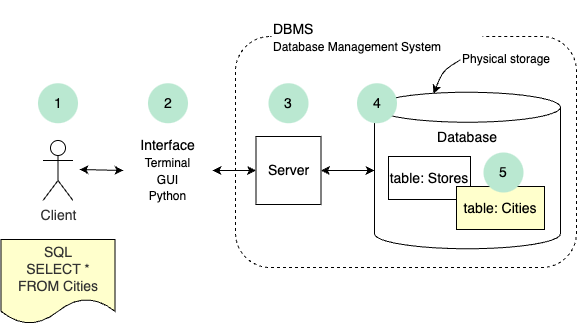
Above: co1/sql-server-client.drawio.png in pyville-dotcom/datasets (draw.io), before the change. Source tidied: cells renumbered, new cells last; positions are measured from the earlier drawing's top-left corner, leaving out a move shared by most shapes.
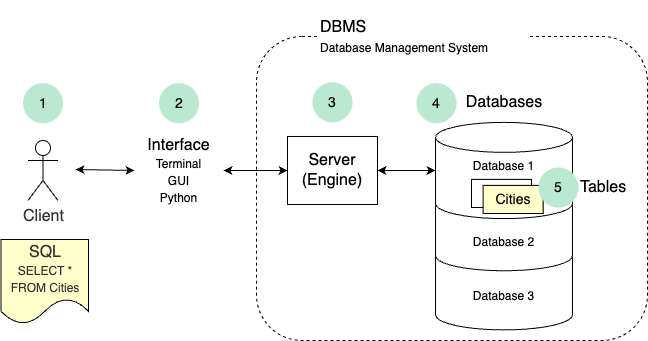
After the commit.

Change to the diagram source:
```diff
@@ -3,13 +3,22 @@
     <mxCell id="0" />
     <mxCell id="1" parent="0" />
     <mxCell id="2" style="rounded=1;whiteSpace=wrap;html=1;fillColor=none;dashed=1;fontStyle=0;fontSize=14;" parent="1" vertex="1">
-      <mxGeometry x="234" y="36" width="341" height="231" as="geometry" />
+      <mxGeometry x="208" y="36" width="391" height="304" as="geometry" />
     </mxCell>
+    <mxCell id="21" value="Database 3" style="shape=cylinder3;whiteSpace=wrap;html=1;boundedLbl=1;backgroundOutline=1;size=15;verticalAlign=middle;fontStyle=0;fontSize=12;" parent="1" vertex="1">
+      <mxGeometry x="387" y="237" width="137" height="92.4" as="geometry" />
+    </mxCell>
+    <mxCell id="22" value="Database 2" style="shape=cylinder3;whiteSpace=wrap;html=1;boundedLbl=1;backgroundOutline=1;size=15;verticalAlign=middle;fontStyle=0;fontSize=12;align=center;" parent="1" vertex="1">
+      <mxGeometry x="387" y="188" width="137" height="82.3" as="geometry" />
+    </mxCell>
+    <mxCell id="10" value="Database 1" style="shape=cylinder3;whiteSpace=wrap;html=1;boundedLbl=1;backgroundOutline=1;size=15;verticalAlign=top;fontStyle=0;fontSize=12;align=center;" parent="1" vertex="1">
+      <mxGeometry x="387" y="121.9" width="137" height="96.3" as="geometry" />
+    </mxCell>
-    <mxCell id="3" value="&lt;span style=&quot;font-size: 14px;&quot;&gt;DBMS&lt;/span&gt;&lt;br style=&quot;font-size: 14px;&quot;&gt;&lt;font style=&quot;font-size: 12px;&quot;&gt;Database Management System&lt;/font&gt;" style="text;html=1;strokeColor=none;fillColor=default;align=left;verticalAlign=middle;whiteSpace=wrap;rounded=0;dashed=1;fontSize=14;fontStyle=0;" parent="1" vertex="1">
+    <mxCell id="3" value="&lt;span style=&quot;font-size: 16px;&quot;&gt;DBMS&lt;/span&gt;&lt;br style=&quot;font-size: 16px;&quot;&gt;&lt;font style=&quot;font-size: 12px;&quot;&gt;Database Management System&lt;/font&gt;" style="text;html=1;strokeColor=none;fillColor=default;align=left;verticalAlign=middle;whiteSpace=wrap;rounded=0;dashed=1;fontSize=16;fontStyle=0;" parent="1" vertex="1">
       <mxGeometry x="270" width="211" height="74" as="geometry" />
     </mxCell>
-    <mxCell id="4" value="Physical storage" style="text;html=1;strokeColor=none;fillColor=none;align=left;verticalAlign=middle;whiteSpace=wrap;rounded=0;dashed=1;fontSize=12;fontStyle=0;" parent="1" vertex="1">
-      <mxGeometry x="459" y="40.7" width="119" height="37" as="geometry" />
+    <mxCell id="4" value="&lt;font style=&quot;font-size: 16px;&quot;&gt;Databases&lt;/font&gt;" style="text;html=1;strokeColor=none;fillColor=none;align=center;verticalAlign=middle;whiteSpace=wrap;rounded=0;dashed=1;fontSize=16;fontStyle=0;" parent="1" vertex="1">
+      <mxGeometry x="396.5" y="77.2" width="118" height="49.2" as="geometry" />
     </mxCell>
     <mxCell id="5" style="edgeStyle=none;html=1;startArrow=classic;startFill=1;fontSize=14;entryX=1;entryY=0.5;entryDx=0;entryDy=0;fontStyle=0;" parent="1" edge="1" source="7" target="9">
       <mxGeometry relative="1" as="geometry" />
@@ -17,54 +26,46 @@
     <mxCell id="6" style="edgeStyle=none;html=1;entryX=0;entryY=0.5;entryDx=0;entryDy=0;entryPerimeter=0;startArrow=classic;startFill=1;fontSize=14;fontStyle=0;" parent="1" edge="1" source="7" target="10">
       <mxGeometry relative="1" as="geometry" />
     </mxCell>
-    <mxCell id="7" value="Server" style="rounded=0;whiteSpace=wrap;html=1;fillColor=none;fontStyle=0;fontSize=14;" parent="1" vertex="1">
-      <mxGeometry x="254.5" y="136" width="65" height="68" as="geometry" />
+    <mxCell id="7" value="Server&lt;br style=&quot;font-size: 16px;&quot;&gt;(Engine)" style="rounded=0;whiteSpace=wrap;html=1;fillColor=none;fontStyle=0;fontSize=16;" parent="1" vertex="1">
+      <mxGeometry x="239" y="136" width="90" height="68" as="geometry" />
     </mxCell>
     <mxCell id="8" style="edgeStyle=none;html=1;startArrow=classic;startFill=1;fontSize=14;exitX=0;exitY=0.5;exitDx=0;exitDy=0;fontStyle=0;" parent="1" edge="1" source="9">
       <mxGeometry relative="1" as="geometry">
-        <mxPoint x="78" y="169" as="targetPoint" />
+        <mxPoint x="27" y="169" as="targetPoint" />
       </mxGeometry>
     </mxCell>
-    <mxCell id="9" value="&lt;span style=&quot;font-size: 14px;&quot;&gt;Interface&lt;/span&gt;&lt;br style=&quot;font-size: 14px;&quot;&gt;&lt;font style=&quot;font-size: 12px;&quot;&gt;Terminal&lt;br style=&quot;&quot;&gt;GUI&lt;br style=&quot;&quot;&gt;Python&lt;/font&gt;" style="text;html=1;strokeColor=none;fillColor=none;align=center;verticalAlign=middle;whiteSpace=wrap;rounded=0;fontSize=14;fontStyle=0;" parent="1" vertex="1">
-      <mxGeometry x="122" y="102.5" width="89" height="135" as="geometry" />
+    <mxCell id="9" value="&lt;font style=&quot;font-size: 16px;&quot;&gt;Interface&lt;br style=&quot;&quot;&gt;&lt;/font&gt;&lt;font style=&quot;font-size: 12px;&quot;&gt;Terminal&lt;br style=&quot;&quot;&gt;GUI&lt;br style=&quot;&quot;&gt;Python&lt;/font&gt;" style="text;html=1;strokeColor=none;fillColor=none;align=center;verticalAlign=middle;whiteSpace=wrap;rounded=0;fontSize=14;fontStyle=0;" parent="1" vertex="1">
+      <mxGeometry x="86" y="102.5" width="89" height="135" as="geometry" />
     </mxCell>
-    <mxCell id="10" value="&lt;span style=&quot;font-size: 14px;&quot;&gt;&lt;span style=&quot;font-size: 14px;&quot;&gt;Database&lt;/span&gt;&lt;/span&gt;" style="shape=cylinder3;whiteSpace=wrap;html=1;boundedLbl=1;backgroundOutline=1;size=15;verticalAlign=top;fontStyle=0;fontSize=14;" parent="1" vertex="1">
-      <mxGeometry x="373" y="91.7" width="186" height="156.5" as="geometry" />
-    </mxCell>
-    <mxCell id="11" style="endArrow=classic;html=1;exitX=0;exitY=0.5;exitDx=0;exitDy=0;entryX=0.25;entryY=0;entryDx=0;entryDy=0;fontSize=14;fontStyle=0;" parent="1" edge="1" source="4">
-      <mxGeometry relative="1" as="geometry">
-        <mxPoint x="432" y="93.1" as="targetPoint" />
-        <Array as="points">
-          <mxPoint x="441.5" y="70.1" />
-        </Array>
-      </mxGeometry>
-    </mxCell>
-    <mxCell id="12" value="&lt;span style=&quot;font-size: 14px;&quot;&gt;table&lt;/span&gt;: Stores" style="rounded=0;whiteSpace=wrap;html=1;fillColor=default;fontStyle=0;fontSize=14;" parent="1" vertex="1">
-      <mxGeometry x="387" y="156" width="82" height="43" as="geometry" />
-    </mxCell>
-    <mxCell id="13" value="&lt;span style=&quot;font-size: 14px;&quot;&gt;table&lt;/span&gt;: Cities" style="rounded=0;whiteSpace=wrap;html=1;fillColor=#FFFFCC;fontStyle=0;fontSize=14;" parent="1" vertex="1">
-      <mxGeometry x="455" y="186" width="88" height="43" as="geometry" />
-    </mxCell>
     <mxCell id="14" value="1" style="ellipse;whiteSpace=wrap;html=1;strokeColor=none;fillColor=#BAE8D1;fontStyle=0;fontSize=14;" parent="1" vertex="1">
-      <mxGeometry x="36.5" y="82.7" width="40" height="40" as="geometry" />
+      <mxGeometry x="-25.5" y="82.7" width="40" height="40" as="geometry" />
     </mxCell>
     <mxCell id="15" value="2" style="ellipse;whiteSpace=wrap;html=1;strokeColor=none;fillColor=#BAE8D1;fontStyle=0;fontSize=14;" parent="1" vertex="1">
-      <mxGeometry x="146.5" y="82.7" width="40" height="40" as="geometry" />
+      <mxGeometry x="110.5" y="82.7" width="40" height="40" as="geometry" />
     </mxCell>
     <mxCell id="16" value="3" style="ellipse;whiteSpace=wrap;html=1;strokeColor=none;fillColor=#BAE8D1;fontStyle=0;fontSize=14;" parent="1" vertex="1">
-      <mxGeometry x="267" y="82.7" width="40" height="40" as="geometry" />
+      <mxGeometry x="264" y="81.9" width="40" height="40" as="geometry" />
     </mxCell>
     <mxCell id="17" value="4" style="ellipse;whiteSpace=wrap;html=1;strokeColor=none;fillColor=#BAE8D1;fontStyle=0;fontSize=14;" parent="1" vertex="1">
-      <mxGeometry x="355.5" y="82.7" width="40" height="40" as="geometry" />
+      <mxGeometry x="368" y="82.7" width="40" height="40" as="geometry" />
     </mxCell>
-    <mxCell id="18" value="5" style="ellipse;whiteSpace=wrap;html=1;strokeColor=none;fillColor=#BAE8D1;fontStyle=0;fontSize=14;" parent="1" vertex="1">
-      <mxGeometry x="482" y="152" width="40" height="40" as="geometry" />
-    </mxCell>
-    <mxCell id="19" value="&lt;span style=&quot;font-size: 14px;&quot;&gt;SQL&lt;/span&gt;&lt;br style=&quot;font-size: 14px;&quot;&gt;SELECT * &lt;br style=&quot;font-size: 14px;&quot;&gt;FROM Cities" style="shape=document;whiteSpace=wrap;html=1;boundedLbl=1;fontColor=#333333;fillColor=#FFFFCC;fontSize=14;fontStyle=0;" parent="1" vertex="1">
-      <mxGeometry x="-0.5" y="239" width="114" height="84.5" as="geometry" />
+    <mxCell id="19" value="&lt;font style=&quot;font-size: 16px;&quot;&gt;SQL&lt;br style=&quot;&quot;&gt;&lt;/font&gt;&lt;font style=&quot;font-size: 12px;&quot;&gt;SELECT * &lt;br style=&quot;&quot;&gt;FROM Cities&lt;/font&gt;" style="shape=document;whiteSpace=wrap;html=1;boundedLbl=1;fontColor=#333333;fillColor=#FFFFCC;fontSize=14;fontStyle=0;" parent="1" vertex="1">
+      <mxGeometry x="-47.5" y="239" width="87.5" height="84.5" as="geometry" />
     </mxCell>
-    <mxCell id="20" value="&lt;span style=&quot;font-size: 14px;&quot;&gt;Client&lt;/span&gt;" style="shape=umlActor;verticalLabelPosition=bottom;verticalAlign=top;html=1;fontColor=#333333;fillColor=none;fontSize=14;fontStyle=0;" parent="1" vertex="1">
-      <mxGeometry x="41.5" y="140" width="30" height="60" as="geometry" />
+    <mxCell id="20" value="&lt;span style=&quot;font-size: 16px;&quot;&gt;Client&lt;/span&gt;" style="shape=umlActor;verticalLabelPosition=bottom;verticalAlign=top;html=1;fontColor=#333333;fillColor=none;fontSize=16;fontStyle=0;" parent="1" vertex="1">
+      <mxGeometry x="-20.5" y="140" width="30" height="60" as="geometry" />
     </mxCell>
+    <mxCell id="23" style="rounded=0;whiteSpace=wrap;html=1;fillColor=default;fontStyle=0;fontSize=14;" parent="1" vertex="1">
+      <mxGeometry x="423" y="178.9" width="60" height="28.1" as="geometry" />
+    </mxCell>
+    <mxCell id="13" value="Cities" style="rounded=0;whiteSpace=wrap;html=1;fillColor=#FFFFCC;fontStyle=0;fontSize=14;" parent="1" vertex="1">
+      <mxGeometry x="434.6" y="184.9" width="60" height="28.1" as="geometry" />
+    </mxCell>
+    <mxCell id="24" value="&lt;font style=&quot;font-size: 16px;&quot;&gt;Tables&lt;/font&gt;" style="text;html=1;strokeColor=none;fillColor=none;align=center;verticalAlign=middle;whiteSpace=wrap;rounded=0;dashed=1;fontSize=16;fontStyle=0;" parent="1" vertex="1">
+      <mxGeometry x="518.3" y="162.4" width="74" height="49.2" as="geometry" />
+    </mxCell>
+    <mxCell id="18" value="5" style="ellipse;whiteSpace=wrap;html=1;strokeColor=none;fillColor=#BAE8D1;fontStyle=0;fontSize=14;" parent="1" vertex="1">
+      <mxGeometry x="490" y="167" width="40" height="40" as="geometry" />
+    </mxCell>
   </root>
 </mxGraphModel>
```
